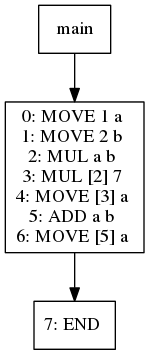
The Graphviz diagram viz/test021.dot.png in jiahanwang/PL241-Compiler, before a commit. Its source is kept beside it as viz/test021.dot.
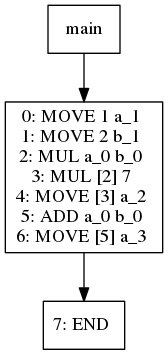
After the change.

Diff of the diagram source:
```diff
@@ -1,16 +1,16 @@
 digraph test021 {
 node [shape=box]
-383[label="main"]
-383 -> 385
-385[label="0: MOVE 1 a
-1: MOVE 2 b
-2: MUL a b
+1[label="main"]
+1 -> 3
+3[label="0: MOVE 1 a_1
+1: MOVE 2 b_1
+2: MUL a_0 b_0
 3: MUL [2] 7
-4: MOVE [3] a
-5: ADD a b
-6: MOVE [5] a
+4: MOVE [3] a_2
+5: ADD a_0 b_0
+6: MOVE [5] a_3
 "]
-385 -> 389
-389[label="7: END
+3 -> 7
+7[label="7: END
 "]
 }
```
